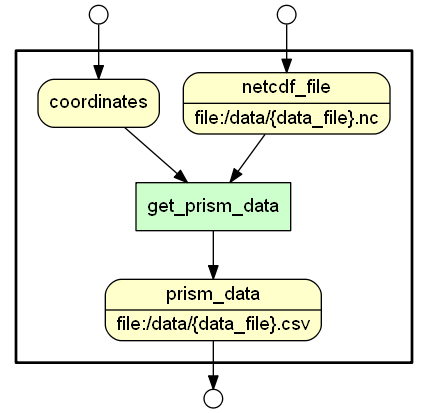
Above: public/prospective_prov_img/get_prism_data.png in idaks/wt-prov-Summer-2017 (Graphviz), before the change. Its source is kept beside it as .prov_scripts/gv_files/get_prism_data.gv.
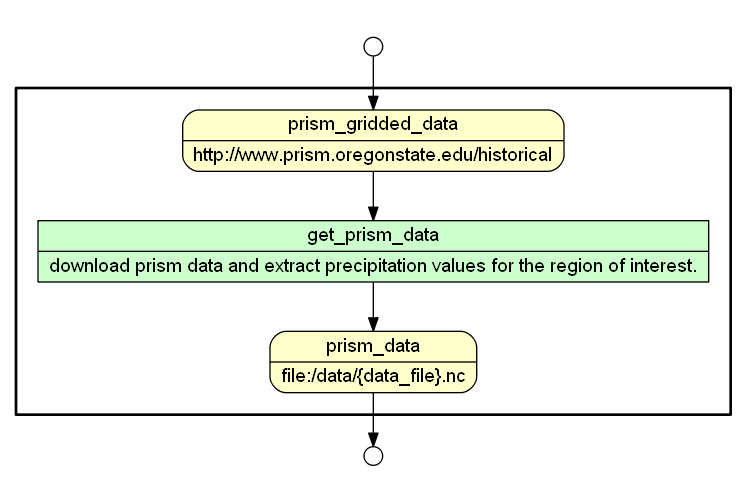
Later version of the same file.

Diff of the diagram source:
```diff
@@ -5,22 +5,24 @@
 subgraph cluster_workflow_box_outer { label=""; color=black; penwidth=2
 subgraph cluster_workflow_box_inner { label=""; penwidth=0
 node[shape=box style=filled fillcolor="#CCFFCC" peripheries=1 fontname=Helvetica]
-get_prism_data
+get_prism_data [shape=record rankdir=LR label="{<f0> get_prism_data |<f1> download prism data and extract precipitation values for the region of interest.}"];
 node[shape=box style="rounded,filled" fillcolor="#FFFFCC" peripheries=1 fontname=Helvetica]
-prism_data [shape=record rankdir=LR label="{<f0> prism_data |<f1> file\:/data/\{data_file\}.csv}"];
-coordinates
-netcdf_file [shape=record rankdir=LR label="{<f0> netcdf_file |<f1> file\:/data/\{data_file\}.nc}"];
+prism_data [shape=record rankdir=LR label="{<f0> prism_data |<f1> file\:/data/\{data_file\}.nc}"];
+prism_gridded_data [shape=record rankdir=LR label="{<f0> prism_gridded_data |<f1> http\://www.prism.oregonstate.edu/historical}"];
 node[shape=box style="rounded,filled" fillcolor="#FCFCFC" peripheries=1 fontname=Helvetica]
 get_prism_data -> prism_data
-coordinates -> get_prism_data
-netcdf_file -> get_prism_data
+prism_gridded_data -> get_prism_data
 }}
+subgraph cluster_input_ports_group_outer { label=""; penwidth=0
+subgraph cluster_input_ports_group_inner { label=""; penwidth=0
 node[shape=circle style="rounded,filled" fillcolor="#FFFFFF" peripheries=1 fontname=Helvetica width=0.2]
-coordinates_input_port [label=""]
-netcdf_file_input_port [label=""]
+prism_gridded_data_input_port [label=""]
+}}
+subgraph cluster_output_ports_group_outer { label=""; penwidth=0
+subgraph cluster_output_ports_group_inner { label=""; penwidth=0
 node[shape=circle style="rounded,filled" fillcolor="#FFFFFF" peripheries=1 fontname=Helvetica width=0.2]
 prism_data_output_port [label=""]
-coordinates_input_port -> coordinates
-netcdf_file_input_port -> netcdf_file
+}}
+prism_gridded_data_input_port -> prism_gridded_data
 prism_data -> prism_data_output_port
 }
```
